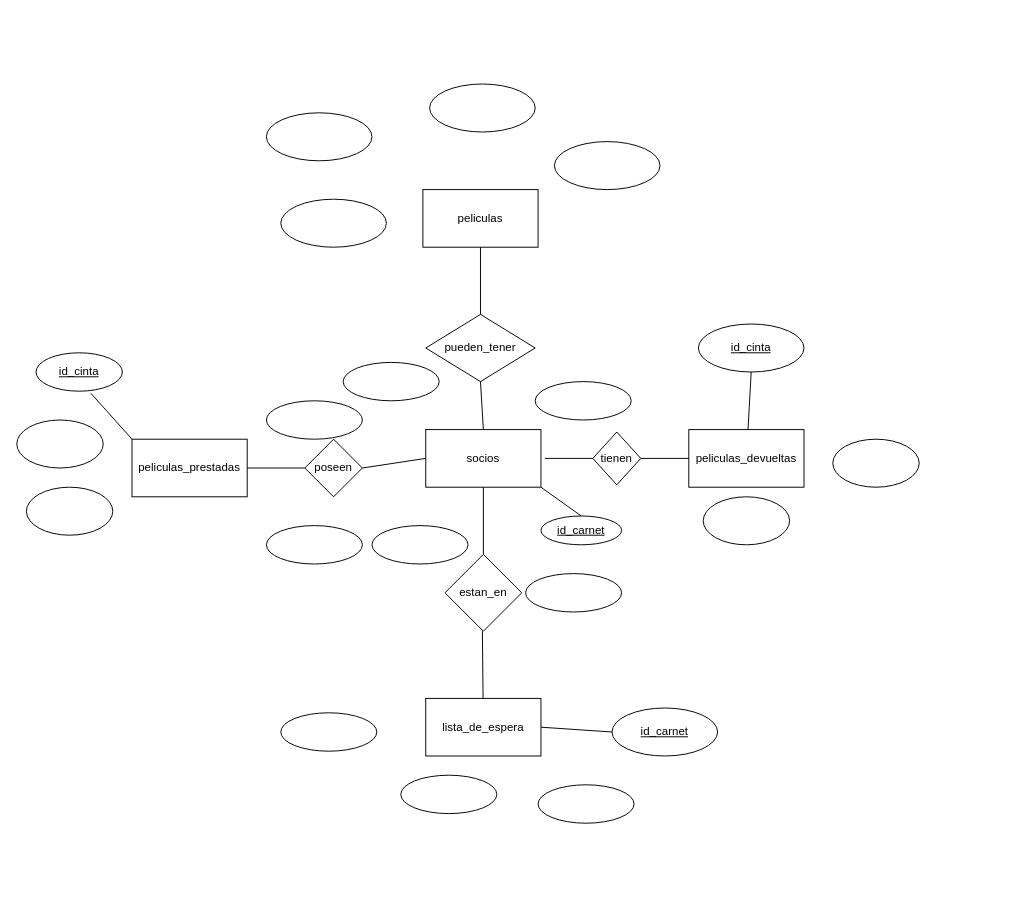
Before: VideoClubER.drawio in alonfigue/VideoClubDB, a draw.io diagram. Source tidied: cells renumbered, new cells numbered last; positions are measured from the earlier drawing's top-left corner, leaving out a move shared by most shapes. Both pictures are drawn from the tidied source at 96%, with x=0, y=0 at pixel (16, 84).
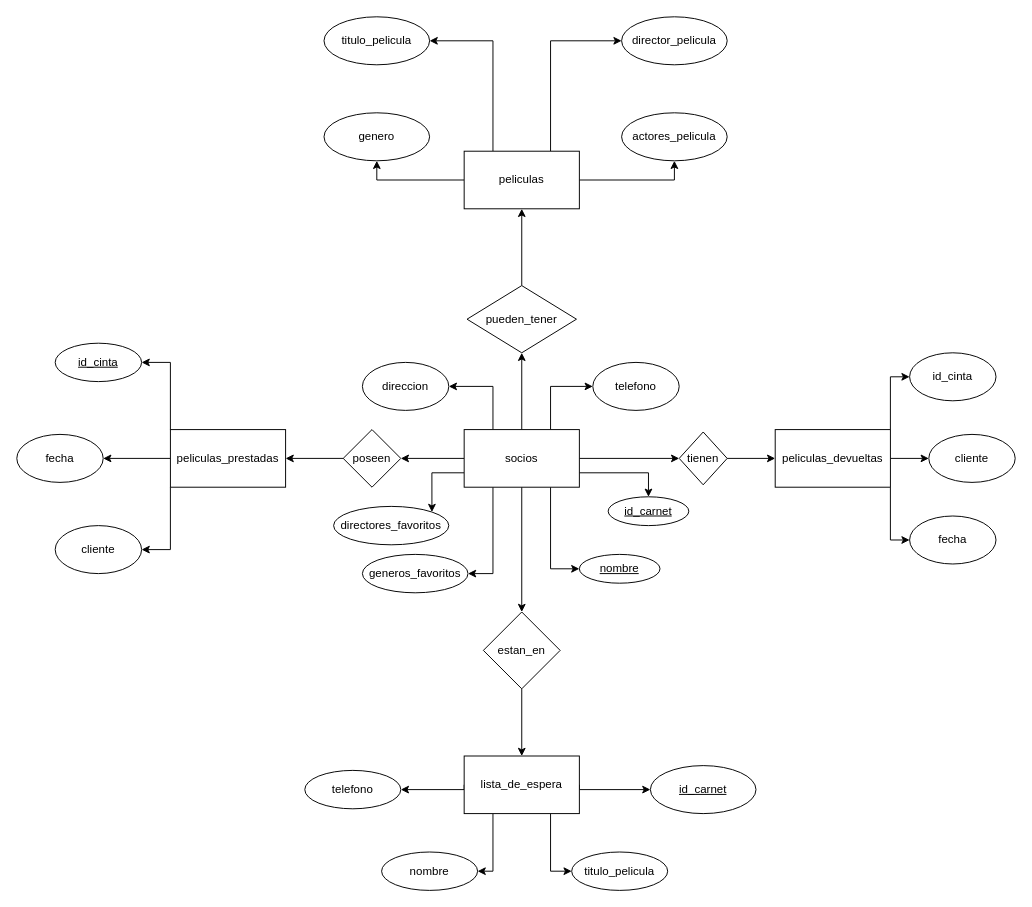
The same page after the edit.

What changed in the source:
```diff
@@
+    <mxCell id="26" style="edgeStyle=orthogonalEdgeStyle;rounded=0;jettySize=auto;html=1;exitX=0;exitY=0;exitDx=0;exitDy=0;entryX=1;entryY=0.5;entryDx=0;entryDy=0;" parent="1" edge="1" source="2" target="11">
+      <mxGeometry relative="1" as="geometry" />
+    </mxCell>
+    <mxCell id="44" style="edgeStyle=orthogonalEdgeStyle;rounded=0;jettySize=auto;html=1;exitX=0;exitY=1;exitDx=0;exitDy=0;entryX=1;entryY=0.5;entryDx=0;entryDy=0;" parent="1" edge="1" source="2" target="29">
+      <mxGeometry relative="1" as="geometry" />
+    </mxCell>
+    <mxCell id="45" style="edgeStyle=orthogonalEdgeStyle;rounded=0;jettySize=auto;html=1;exitX=0;exitY=0.5;exitDx=0;exitDy=0;" parent="1" edge="1" source="2" target="28">
+      <mxGeometry relative="1" as="geometry" />
+    </mxCell>
     <mxCell id="2" value="peliculas_prestadas" style="rounded=0;whiteSpace=wrap;html=1;" parent="1" vertex="1">
-      <mxGeometry x="120" y="370" width="120" height="60" as="geometry" />
+      <mxGeometry x="160" y="360" width="120" height="60" as="geometry" />
     </mxCell>
+    <mxCell id="46" style="edgeStyle=orthogonalEdgeStyle;rounded=0;jettySize=auto;html=1;exitX=0.75;exitY=1;exitDx=0;exitDy=0;entryX=0;entryY=0.5;entryDx=0;entryDy=0;" parent="1" edge="1" source="3" target="36">
+      <mxGeometry relative="1" as="geometry" />
+    </mxCell>
+    <mxCell id="47" style="edgeStyle=orthogonalEdgeStyle;rounded=0;jettySize=auto;html=1;exitX=0.25;exitY=1;exitDx=0;exitDy=0;entryX=1;entryY=0.5;entryDx=0;entryDy=0;" parent="1" edge="1" source="3" target="35">
+      <mxGeometry relative="1" as="geometry">
+        <Array as="points">
+          <mxPoint x="496" y="820" />
+        </Array>
+      </mxGeometry>
+    </mxCell>
+    <mxCell id="24" style="edgeStyle=orthogonalEdgeStyle;rounded=0;jettySize=auto;html=1;exitX=1;exitY=0.5;exitDx=0;exitDy=0;entryX=0;entryY=0.5;entryDx=0;entryDy=0;" parent="1" edge="1" source="3" target="22">
+      <mxGeometry relative="1" as="geometry">
+        <Array as="points">
+          <mxPoint x="586" y="735" />
+        </Array>
+      </mxGeometry>
+    </mxCell>
+    <mxCell id="48" style="edgeStyle=orthogonalEdgeStyle;rounded=0;jettySize=auto;html=1;exitX=0;exitY=0.5;exitDx=0;exitDy=0;entryX=1;entryY=0.5;entryDx=0;entryDy=0;" parent="1" edge="1" source="3" target="37">
+      <mxGeometry relative="1" as="geometry">
+        <Array as="points">
+          <mxPoint x="466" y="735" />
+        </Array>
+      </mxGeometry>
+    </mxCell>
     <mxCell id="3" value="&lt;div&gt;lista_de_espera&lt;/div&gt;" style="rounded=0;whiteSpace=wrap;html=1;" parent="1" vertex="1">
-      <mxGeometry x="426" y="640" width="120" height="60" as="geometry" />
+      <mxGeometry x="466" y="700" width="120" height="60" as="geometry" />
     </mxCell>
+    <mxCell id="25" style="edgeStyle=orthogonalEdgeStyle;rounded=0;jettySize=auto;html=1;exitX=1;exitY=0;exitDx=0;exitDy=0;entryX=0;entryY=0.5;entryDx=0;entryDy=0;" parent="1" edge="1" source="4" target="21">
+      <mxGeometry relative="1" as="geometry" />
+    </mxCell>
+    <mxCell id="49" style="edgeStyle=orthogonalEdgeStyle;rounded=0;jettySize=auto;html=1;exitX=1;exitY=1;exitDx=0;exitDy=0;entryX=0;entryY=0.5;entryDx=0;entryDy=0;" parent="1" edge="1" source="4" target="34">
+      <mxGeometry relative="1" as="geometry" />
+    </mxCell>
+    <mxCell id="50" style="edgeStyle=orthogonalEdgeStyle;rounded=0;jettySize=auto;html=1;exitX=1;exitY=0.5;exitDx=0;exitDy=0;entryX=0;entryY=0.5;entryDx=0;entryDy=0;" parent="1" edge="1" source="4" target="64">
+      <mxGeometry relative="1" as="geometry" />
+    </mxCell>
     <mxCell id="4" value="peliculas_devueltas" style="rounded=0;whiteSpace=wrap;html=1;" parent="1" vertex="1">
-      <mxGeometry x="700" y="360" width="120" height="60" as="geometry" />
+      <mxGeometry x="790" y="360" width="120" height="60" as="geometry" />
     </mxCell>
+    <mxCell id="51" style="edgeStyle=orthogonalEdgeStyle;rounded=0;jettySize=auto;html=1;entryX=0.5;entryY=0;entryDx=0;entryDy=0;exitX=0.5;exitY=1;exitDx=0;exitDy=0;" parent="1" edge="1" source="5" target="8">
+      <mxGeometry relative="1" as="geometry" />
+    </mxCell>
+    <mxCell id="19" style="edgeStyle=orthogonalEdgeStyle;rounded=0;jettySize=auto;html=1;entryX=0.5;entryY=1;entryDx=0;entryDy=0;" parent="1" edge="1" source="5" target="10">
+      <mxGeometry relative="1" as="geometry" />
+    </mxCell>
+    <mxCell id="52" style="edgeStyle=orthogonalEdgeStyle;rounded=0;jettySize=auto;html=1;entryX=0;entryY=0.5;entryDx=0;entryDy=0;" parent="1" edge="1" source="5" target="7">
+      <mxGeometry relative="1" as="geometry" />
+    </mxCell>
+    <mxCell id="27" style="edgeStyle=orthogonalEdgeStyle;rounded=0;jettySize=auto;html=1;exitX=1;exitY=0.75;exitDx=0;exitDy=0;entryX=0.5;entryY=0;entryDx=0;entryDy=0;" parent="1" edge="1" source="5" target="23">
+      <mxGeometry relative="1" as="geometry" />
+    </mxCell>
+    <mxCell id="53" style="edgeStyle=orthogonalEdgeStyle;rounded=0;jettySize=auto;html=1;exitX=0.75;exitY=1;exitDx=0;exitDy=0;entryX=0;entryY=0.5;entryDx=0;entryDy=0;" parent="1" edge="1" source="5" target="65">
+      <mxGeometry relative="1" as="geometry" />
+    </mxCell>
+    <mxCell id="54" style="edgeStyle=orthogonalEdgeStyle;rounded=0;jettySize=auto;html=1;exitX=0.75;exitY=0;exitDx=0;exitDy=0;entryX=0;entryY=0.5;entryDx=0;entryDy=0;" parent="1" edge="1" source="5" target="33">
+      <mxGeometry relative="1" as="geometry" />
+    </mxCell>
+    <mxCell id="55" style="edgeStyle=orthogonalEdgeStyle;rounded=0;jettySize=auto;html=1;exitX=0.25;exitY=0;exitDx=0;exitDy=0;entryX=1;entryY=0.5;entryDx=0;entryDy=0;" parent="1" edge="1" source="5" target="66">
+      <mxGeometry relative="1" as="geometry" />
+    </mxCell>
+    <mxCell id="56" style="edgeStyle=orthogonalEdgeStyle;rounded=0;jettySize=auto;html=1;exitX=0;exitY=0.75;exitDx=0;exitDy=0;entryX=1;entryY=0;entryDx=0;entryDy=0;" parent="1" edge="1" source="5" target="40">
+      <mxGeometry relative="1" as="geometry" />
+    </mxCell>
+    <mxCell id="57" style="edgeStyle=orthogonalEdgeStyle;rounded=0;jettySize=auto;html=1;exitX=0.25;exitY=1;exitDx=0;exitDy=0;entryX=1;entryY=0.5;entryDx=0;entryDy=0;" parent="1" edge="1" source="5" target="39">
+      <mxGeometry relative="1" as="geometry" />
+    </mxCell>
+    <mxCell id="16" style="edgeStyle=orthogonalEdgeStyle;rounded=0;jettySize=auto;html=1;exitX=0;exitY=0.5;exitDx=0;exitDy=0;entryX=1;entryY=0.5;entryDx=0;entryDy=0;" parent="1" edge="1" source="5" target="9">
+      <mxGeometry relative="1" as="geometry" />
+    </mxCell>
     <mxCell id="5" value="socios" style="rounded=0;whiteSpace=wrap;html=1;" parent="1" vertex="1">
-      <mxGeometry x="426" y="360" width="120" height="60" as="geometry" />
+      <mxGeometry x="466" y="360" width="120" height="60" as="geometry" />
     </mxCell>
+    <mxCell id="58" style="edgeStyle=orthogonalEdgeStyle;rounded=0;jettySize=auto;html=1;exitX=1;exitY=0.5;exitDx=0;exitDy=0;entryX=0.5;entryY=1;entryDx=0;entryDy=0;" parent="1" edge="1" source="6" target="32">
+      <mxGeometry relative="1" as="geometry" />
+    </mxCell>
+    <mxCell id="59" style="edgeStyle=orthogonalEdgeStyle;rounded=0;jettySize=auto;html=1;exitX=0;exitY=0.5;exitDx=0;exitDy=0;entryX=0.5;entryY=1;entryDx=0;entryDy=0;" parent="1" edge="1" source="6" target="31">
+      <mxGeometry relative="1" as="geometry" />
+    </mxCell>
+    <mxCell id="60" style="edgeStyle=orthogonalEdgeStyle;rounded=0;jettySize=auto;html=1;exitX=0.75;exitY=0;exitDx=0;exitDy=0;entryX=0;entryY=0.5;entryDx=0;entryDy=0;" parent="1" edge="1" source="6" target="30">
+      <mxGeometry relative="1" as="geometry" />
+    </mxCell>
+    <mxCell id="61" style="edgeStyle=orthogonalEdgeStyle;rounded=0;jettySize=auto;html=1;exitX=0.25;exitY=0;exitDx=0;exitDy=0;entryX=1;entryY=0.5;entryDx=0;entryDy=0;" parent="1" edge="1" source="6" target="20">
+      <mxGeometry relative="1" as="geometry" />
+    </mxCell>
     <mxCell id="6" value="peliculas" style="rounded=0;whiteSpace=wrap;html=1;" parent="1" vertex="1">
-      <mxGeometry x="423" y="110" width="120" height="60" as="geometry" />
+      <mxGeometry x="466" y="70" width="120" height="60" as="geometry" />
     </mxCell>
+    <mxCell id="14" style="edgeStyle=orthogonalEdgeStyle;rounded=0;jettySize=auto;html=1;entryX=0;entryY=0.5;entryDx=0;entryDy=0;" parent="1" edge="1" source="7" target="4">
+      <mxGeometry relative="1" as="geometry" />
+    </mxCell>
     <mxCell id="7" value="tienen" style="rhombus;whiteSpace=wrap;html=1;" parent="1" vertex="1">
-      <mxGeometry x="600" y="362.5" width="50" height="55" as="geometry" />
+      <mxGeometry x="690" y="362.5" width="50" height="55" as="geometry" />
     </mxCell>
+    <mxCell id="62" style="edgeStyle=orthogonalEdgeStyle;rounded=0;jettySize=auto;html=1;exitX=0.5;exitY=1;exitDx=0;exitDy=0;entryX=0.5;entryY=0;entryDx=0;entryDy=0;" parent="1" edge="1" source="8" target="3">
+      <mxGeometry relative="1" as="geometry" />
+    </mxCell>
     <mxCell id="8" value="estan_en" style="rhombus;whiteSpace=wrap;html=1;" parent="1" vertex="1">
-      <mxGeometry x="446" y="490" width="80" height="80" as="geometry" />
+      <mxGeometry x="486" y="550" width="80" height="80" as="geometry" />
     </mxCell>
+    <mxCell id="63" style="edgeStyle=orthogonalEdgeStyle;rounded=0;jettySize=auto;html=1;exitX=0;exitY=0.5;exitDx=0;exitDy=0;entryX=1;entryY=0.5;entryDx=0;entryDy=0;" parent="1" edge="1" source="9" target="2">
+      <mxGeometry relative="1" as="geometry" />
+    </mxCell>
     <mxCell id="9" value="poseen" style="rhombus;whiteSpace=wrap;html=1;" parent="1" vertex="1">
-      <mxGeometry x="300" y="370" width="60" height="60" as="geometry" />
+      <mxGeometry x="340" y="360" width="60" height="60" as="geometry" />
     </mxCell>
+    <mxCell id="18" style="edgeStyle=orthogonalEdgeStyle;rounded=0;jettySize=auto;html=1;entryX=0.5;entryY=1;entryDx=0;entryDy=0;" parent="1" edge="1" source="10" target="6">
+      <mxGeometry relative="1" as="geometry" />
+    </mxCell>
     <mxCell id="10" value="pueden_tener" style="rhombus;whiteSpace=wrap;html=1;" parent="1" vertex="1">
-      <mxGeometry x="426" y="240" width="114" height="70" as="geometry" />
+      <mxGeometry x="469" y="210" width="114" height="70" as="geometry" />
     </mxCell>
     <mxCell id="11" value="&lt;u&gt;id_cinta&lt;/u&gt;" style="ellipse;whiteSpace=wrap;html=1;" parent="1" vertex="1">
-      <mxGeometry x="20" y="280" width="90" height="40" as="geometry" />
+      <mxGeometry x="40" y="270" width="90" height="40" as="geometry" />
     </mxCell>
-    <mxCell id="12" style="endArrow=none;html=1;rounded=0;entryX=0.5;entryY=1;entryDx=0;entryDy=0;exitX=0.5;exitY=0;exitDx=0;exitDy=0;" parent="1" edge="1" source="8" target="5">
-      <mxGeometry relative="1" as="geometry" />
-    </mxCell>
-    <mxCell id="13" style="endArrow=none;html=1;rounded=0;" parent="1" edge="1" source="3">
-      <mxGeometry relative="1" as="geometry">
-        <mxPoint x="485" y="570" as="targetPoint" />
-      </mxGeometry>
-    </mxCell>
-    <mxCell id="14" style="endArrow=none;html=1;rounded=0;entryX=0;entryY=0.5;entryDx=0;entryDy=0;exitX=1;exitY=0.5;exitDx=0;exitDy=0;" parent="1" edge="1" source="7" target="4">
-      <mxGeometry relative="1" as="geometry" />
-    </mxCell>
-    <mxCell id="15" style="endArrow=none;html=1;rounded=0;entryX=0;entryY=0.5;entryDx=0;entryDy=0;" parent="1" edge="1" target="7">
-      <mxGeometry relative="1" as="geometry">
-        <mxPoint x="550" y="390" as="sourcePoint" />
-      </mxGeometry>
-    </mxCell>
-    <mxCell id="16" style="endArrow=none;html=1;rounded=0;entryX=1;entryY=0.5;entryDx=0;entryDy=0;exitX=0;exitY=0.5;exitDx=0;exitDy=0;" parent="1" edge="1" source="5" target="9">
-      <mxGeometry relative="1" as="geometry" />
-    </mxCell>
-    <mxCell id="17" style="endArrow=none;html=1;rounded=0;exitX=1;exitY=0.5;exitDx=0;exitDy=0;entryX=0;entryY=0.5;entryDx=0;entryDy=0;" parent="1" edge="1" source="2" target="9">
-      <mxGeometry relative="1" as="geometry" />
-    </mxCell>
-    <mxCell id="18" style="endArrow=none;html=1;rounded=0;entryX=0.5;entryY=1;entryDx=0;entryDy=0;exitX=0.5;exitY=0;exitDx=0;exitDy=0;" parent="1" edge="1" source="10" target="6">
-      <mxGeometry relative="1" as="geometry" />
-    </mxCell>
-    <mxCell id="19" style="endArrow=none;html=1;rounded=0;entryX=0.5;entryY=1;entryDx=0;entryDy=0;exitX=0.5;exitY=0;exitDx=0;exitDy=0;" parent="1" edge="1" source="5" target="10">
-      <mxGeometry relative="1" as="geometry" />
-    </mxCell>
-    <mxCell id="20" style="ellipse;whiteSpace=wrap;html=1;" parent="1" vertex="1">
-      <mxGeometry x="430" width="110" height="50" as="geometry" />
+    <mxCell id="20" value="titulo_pelicula" style="ellipse;whiteSpace=wrap;html=1;" parent="1" vertex="1">
+      <mxGeometry x="320" y="-70" width="110" height="50" as="geometry" />
     </mxCell>
-    <mxCell id="21" value="&lt;u&gt;id_cinta&lt;/u&gt;" style="ellipse;whiteSpace=wrap;html=1;" parent="1" vertex="1">
-      <mxGeometry x="710" y="250" width="110" height="50" as="geometry" />
-    </mxCell>
     <mxCell id="22" value="&lt;u&gt;id_carnet&lt;/u&gt;" style="ellipse;whiteSpace=wrap;html=1;" parent="1" vertex="1">
-      <mxGeometry x="620" y="650" width="110" height="50" as="geometry" />
+      <mxGeometry x="660" y="710" width="110" height="50" as="geometry" />
     </mxCell>
     <mxCell id="23" value="&lt;u&gt;id_carnet&lt;/u&gt;" style="ellipse;whiteSpace=wrap;html=1;" parent="1" vertex="1">
-      <mxGeometry x="546" y="450" width="84" height="30" as="geometry" />
+      <mxGeometry x="616" y="430" width="84" height="30" as="geometry" />
     </mxCell>
-    <mxCell id="24" style="endArrow=none;html=1;rounded=0;entryX=0;entryY=0.5;entryDx=0;entryDy=0;exitX=1;exitY=0.5;exitDx=0;exitDy=0;" parent="1" edge="1" source="3" target="22">
-      <mxGeometry relative="1" as="geometry" />
-    </mxCell>
-    <mxCell id="25" style="endArrow=none;html=1;rounded=0;entryX=0.5;entryY=1;entryDx=0;entryDy=0;" parent="1" edge="1" source="4" target="21">
-      <mxGeometry relative="1" as="geometry" />
-    </mxCell>
-    <mxCell id="26" style="endArrow=none;html=1;rounded=0;entryX=0.636;entryY=1.056;entryDx=0;entryDy=0;entryPerimeter=0;exitX=0;exitY=0;exitDx=0;exitDy=0;" parent="1" edge="1" source="2" target="11">
-      <mxGeometry relative="1" as="geometry" />
-    </mxCell>
-    <mxCell id="27" style="endArrow=none;html=1;rounded=0;entryX=0.5;entryY=0;entryDx=0;entryDy=0;exitX=1;exitY=1;exitDx=0;exitDy=0;" parent="1" edge="1" source="5" target="23">
-      <mxGeometry relative="1" as="geometry" />
-    </mxCell>
-    <mxCell id="28" style="ellipse;whiteSpace=wrap;html=1;" parent="1" vertex="1">
-      <mxGeometry y="350" width="90" height="50" as="geometry" />
+    <mxCell id="28" value="fecha" style="ellipse;whiteSpace=wrap;html=1;" parent="1" vertex="1">
+      <mxGeometry y="365" width="90" height="50" as="geometry" />
     </mxCell>
-    <mxCell id="29" style="ellipse;whiteSpace=wrap;html=1;" parent="1" vertex="1">
-      <mxGeometry x="10" y="420" width="90" height="50" as="geometry" />
+    <mxCell id="29" value="cliente" style="ellipse;whiteSpace=wrap;html=1;" parent="1" vertex="1">
+      <mxGeometry x="40" y="460" width="90" height="50" as="geometry" />
     </mxCell>
-    <mxCell id="30" style="ellipse;whiteSpace=wrap;html=1;" parent="1" vertex="1">
-      <mxGeometry x="275" y="120" width="110" height="50" as="geometry" />
+    <mxCell id="30" value="director_pelicula" style="ellipse;whiteSpace=wrap;html=1;" parent="1" vertex="1">
+      <mxGeometry x="630" y="-70" width="110" height="50" as="geometry" />
     </mxCell>
-    <mxCell id="31" style="ellipse;whiteSpace=wrap;html=1;" parent="1" vertex="1">
-      <mxGeometry x="260" y="30" width="110" height="50" as="geometry" />
+    <mxCell id="31" value="genero" style="ellipse;whiteSpace=wrap;html=1;" parent="1" vertex="1">
+      <mxGeometry x="320" y="30" width="110" height="50" as="geometry" />
     </mxCell>
-    <mxCell id="32" style="ellipse;whiteSpace=wrap;html=1;" parent="1" vertex="1">
-      <mxGeometry x="560" y="60" width="110" height="50" as="geometry" />
+    <mxCell id="32" value="actores_pelicula" style="ellipse;whiteSpace=wrap;html=1;" parent="1" vertex="1">
+      <mxGeometry x="630" y="30" width="110" height="50" as="geometry" />
     </mxCell>
-    <mxCell id="33" style="ellipse;whiteSpace=wrap;html=1;" parent="1" vertex="1">
-      <mxGeometry x="715" y="430" width="90" height="50" as="geometry" />
+    <mxCell id="33" value="telefono" style="ellipse;whiteSpace=wrap;html=1;" parent="1" vertex="1">
+      <mxGeometry x="600" y="290" width="90" height="50" as="geometry" />
     </mxCell>
-    <mxCell id="34" style="ellipse;whiteSpace=wrap;html=1;" parent="1" vertex="1">
-      <mxGeometry x="850" y="370" width="90" height="50" as="geometry" />
+    <mxCell id="34" value="fecha" style="ellipse;whiteSpace=wrap;html=1;" parent="1" vertex="1">
+      <mxGeometry x="930" y="450" width="90" height="50" as="geometry" />
     </mxCell>
-    <mxCell id="35" style="ellipse;whiteSpace=wrap;html=1;" parent="1" vertex="1">
-      <mxGeometry x="400" y="720" width="100" height="40" as="geometry" />
+    <mxCell id="35" value="nombre" style="ellipse;whiteSpace=wrap;html=1;" parent="1" vertex="1">
+      <mxGeometry x="380" y="800" width="100" height="40" as="geometry" />
     </mxCell>
-    <mxCell id="36" style="ellipse;whiteSpace=wrap;html=1;" parent="1" vertex="1">
-      <mxGeometry x="543" y="730" width="100" height="40" as="geometry" />
+    <mxCell id="36" value="titulo_pelicula" style="ellipse;whiteSpace=wrap;html=1;" parent="1" vertex="1">
+      <mxGeometry x="578" y="800" width="100" height="40" as="geometry" />
     </mxCell>
-    <mxCell id="37" style="ellipse;whiteSpace=wrap;html=1;" parent="1" vertex="1">
-      <mxGeometry x="275" y="655" width="100" height="40" as="geometry" />
+    <mxCell id="37" value="telefono" style="ellipse;whiteSpace=wrap;html=1;" parent="1" vertex="1">
+      <mxGeometry x="300" y="715" width="100" height="40" as="geometry" />
     </mxCell>
-    <mxCell id="38" style="ellipse;whiteSpace=wrap;html=1;" parent="1" vertex="1">
-      <mxGeometry x="260" y="330" width="100" height="40" as="geometry" />
-    </mxCell>
-    <mxCell id="39" style="ellipse;whiteSpace=wrap;html=1;" parent="1" vertex="1">
-      <mxGeometry x="530" y="510" width="100" height="40" as="geometry" />
+    <mxCell id="39" value="generos_favoritos" style="ellipse;whiteSpace=wrap;html=1;" parent="1" vertex="1">
+      <mxGeometry x="360" y="490" width="110" height="40" as="geometry" />
     </mxCell>
-    <mxCell id="40" style="ellipse;whiteSpace=wrap;html=1;" parent="1" vertex="1">
-      <mxGeometry x="260" y="460" width="100" height="40" as="geometry" />
+    <mxCell id="40" value="directores_favoritos" style="ellipse;whiteSpace=wrap;html=1;" parent="1" vertex="1">
+      <mxGeometry x="330" y="440" width="120" height="40" as="geometry" />
     </mxCell>
-    <mxCell id="41" style="ellipse;whiteSpace=wrap;html=1;" parent="1" vertex="1">
-      <mxGeometry x="370" y="460" width="100" height="40" as="geometry" />
-    </mxCell>
-    <mxCell id="42" style="ellipse;whiteSpace=wrap;html=1;" parent="1" vertex="1">
-      <mxGeometry x="340" y="290" width="100" height="40" as="geometry" />
-    </mxCell>
-    <mxCell id="43" style="ellipse;whiteSpace=wrap;html=1;" parent="1" vertex="1">
-      <mxGeometry x="540" y="310" width="100" height="40" as="geometry" />
-    </mxCell>
+    <mxCell id="64" value="cliente" style="ellipse;whiteSpace=wrap;html=1;" parent="1" vertex="1">
+      <mxGeometry x="950" y="365" width="90" height="50" as="geometry" />
+    </mxCell>
+    <mxCell id="21" value="id_cinta" style="ellipse;whiteSpace=wrap;html=1;" parent="1" vertex="1">
+      <mxGeometry x="930" y="280" width="90" height="50" as="geometry" />
+    </mxCell>
+    <mxCell id="65" value="&lt;u&gt;nombre&lt;/u&gt;" style="ellipse;whiteSpace=wrap;html=1;" parent="1" vertex="1">
+      <mxGeometry x="586" y="490" width="84" height="30" as="geometry" />
+    </mxCell>
+    <mxCell id="66" value="direccion" style="ellipse;whiteSpace=wrap;html=1;" parent="1" vertex="1">
+      <mxGeometry x="360" y="290" width="90" height="50" as="geometry" />
+    </mxCell>
```
